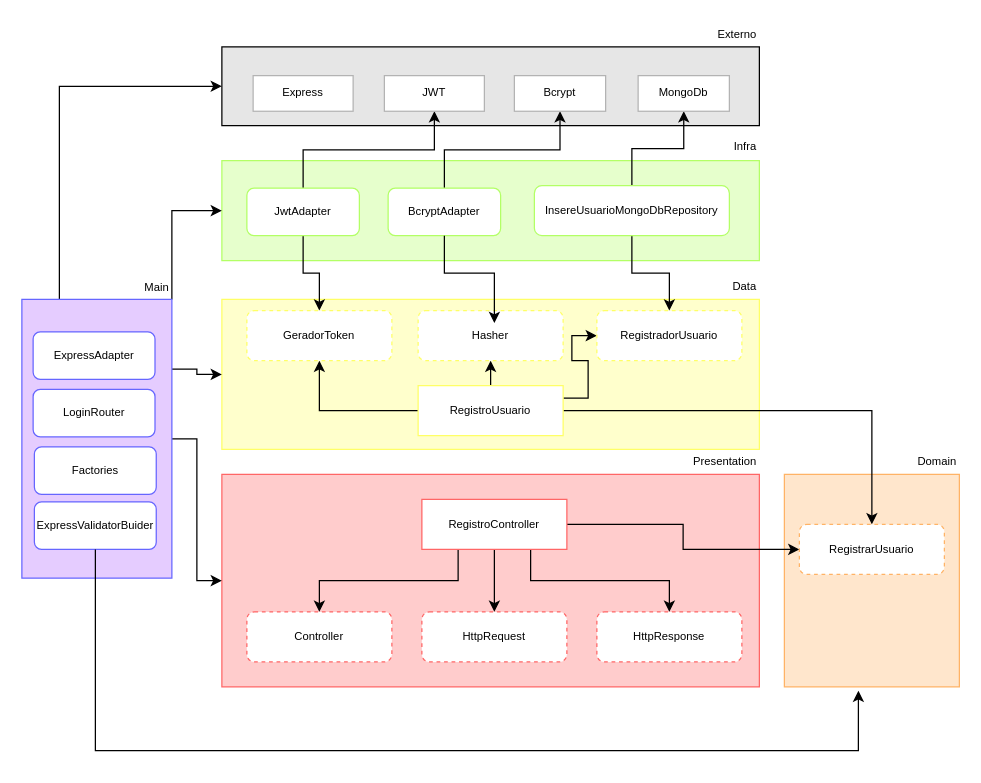
Above: backend/diagramas/fluxo-registro-usuario.drawio in RicardoEBarros/plano_alimentar (draw.io), before the change. Source tidied: cells renumbered, new cells numbered last; positions are measured from the earlier drawing's top-left corner, leaving out a move shared by most shapes. Both pictures are drawn from the tidied source at 125%, with x=0, y=0 at pixel (21, 21).
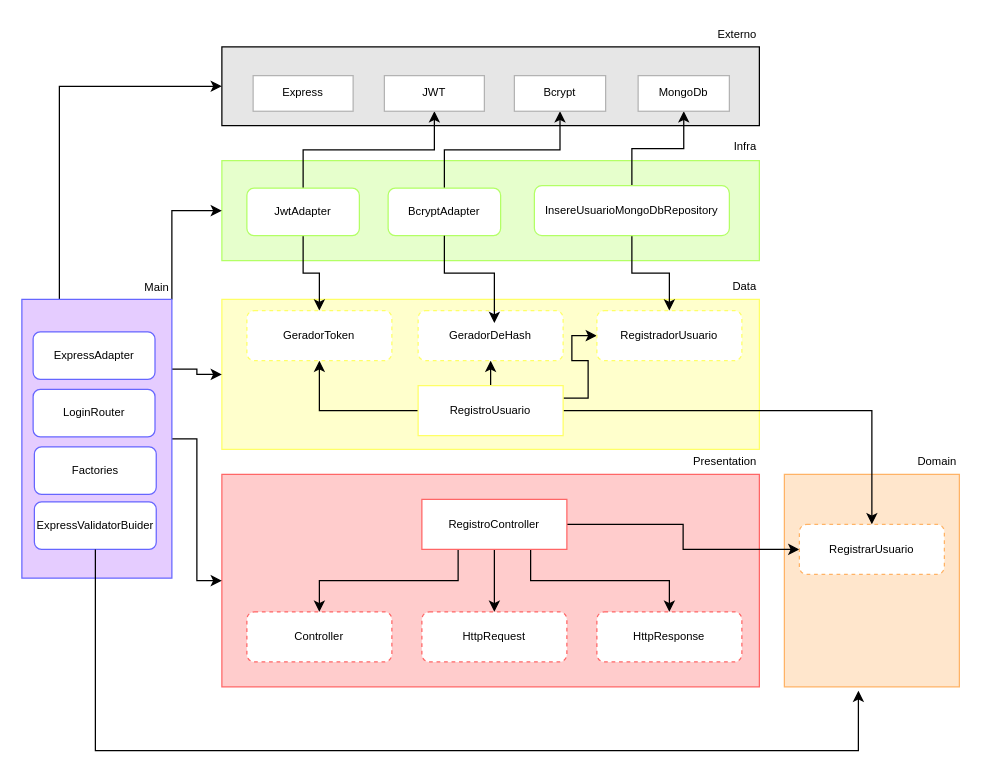
The same page after the edit.

The edit, as a diff of the source:
```diff
@@
-    <mxCell id="29" value="Hasher" style="rounded=1;whiteSpace=wrap;html=1;fontSize=9;gradientColor=none;fillColor=default;strokeColor=#FFFF66;dashed=1;" parent="1" vertex="1">
+    <mxCell id="29" value="GeradorDeHash" style="rounded=1;whiteSpace=wrap;html=1;fontSize=9;gradientColor=none;fillColor=default;strokeColor=#FFFF66;dashed=1;" parent="1" vertex="1">
       <mxGeometry x="317" y="231" width="116" height="40" as="geometry" />
     </mxCell>
```
